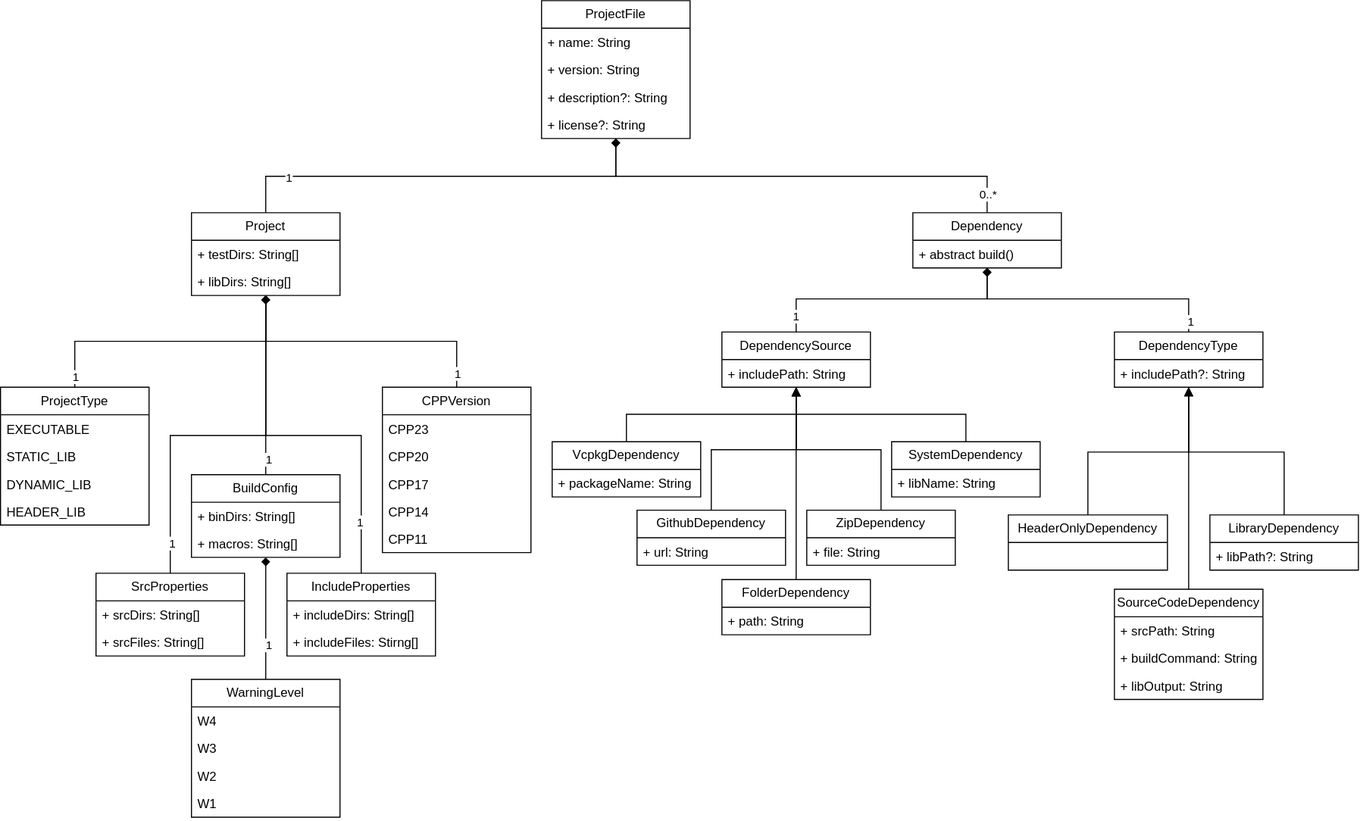
Above: uml/cpm/cpm.drawio.svg in adityarao2005/cpp-revival-project (draw.io), before the change. Source tidied: cells renumbered, new cells last; positions are measured from the earlier drawing's top-left corner, leaving out a move shared by most shapes.
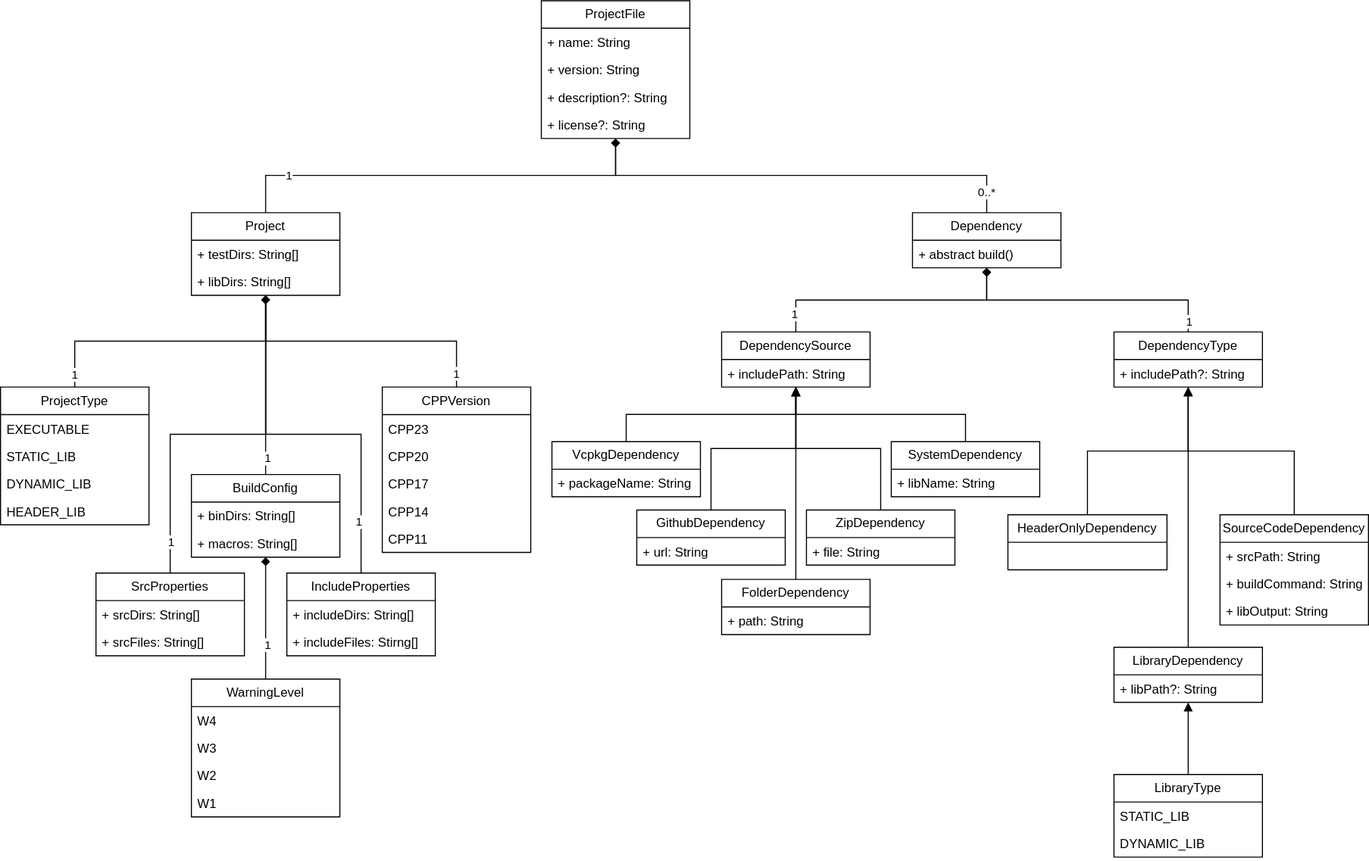
After the commit.

Commit message:
added a library check

Change to the diagram source:
```diff
@@ -236,7 +236,7 @@
       <mxGeometry relative="1" as="geometry" />
     </mxCell>
     <mxCell id="79" value="SourceCodeDependency" style="swimlane;fontStyle=0;horizontal=1;startSize=26;fillColor=none;whiteSpace=wrap;html=1;rounded=0;" parent="1" vertex="1">
-      <mxGeometry x="1050" y="555" width="140" height="104" as="geometry" />
+      <mxGeometry x="1150" y="485" width="140" height="104" as="geometry" />
     </mxCell>
     <mxCell id="80" value="+ srcPath: String" style="text;strokeColor=none;fillColor=none;align=left;verticalAlign=top;spacingLeft=4;spacingRight=4;overflow=hidden;whiteSpace=wrap;html=1;rounded=0;" parent="79" vertex="1">
       <mxGeometry y="26" width="140" height="26" as="geometry" />
@@ -251,10 +251,22 @@
       <mxGeometry relative="1" as="geometry" />
     </mxCell>
     <mxCell id="84" value="LibraryDependency" style="swimlane;fontStyle=0;horizontal=1;startSize=26;fillColor=none;whiteSpace=wrap;html=1;rounded=0;" parent="1" vertex="1">
-      <mxGeometry x="1140" y="485" width="140" height="52" as="geometry" />
+      <mxGeometry x="1050" y="610" width="140" height="52" as="geometry" />
     </mxCell>
     <mxCell id="85" value="+ libPath?: String" style="text;strokeColor=none;fillColor=none;align=left;verticalAlign=top;spacingLeft=4;spacingRight=4;overflow=hidden;whiteSpace=wrap;html=1;rounded=0;" parent="84" vertex="1">
       <mxGeometry y="26" width="140" height="26" as="geometry" />
     </mxCell>
+    <mxCell id="86" style="edgeStyle=none;html=1;exitX=0.5;exitY=0;exitDx=0;exitDy=0;endArrow=block;endFill=1;" parent="1" edge="1" source="87" target="84">
+      <mxGeometry relative="1" as="geometry" />
+    </mxCell>
+    <mxCell id="87" value="LibraryType" style="swimlane;fontStyle=0;horizontal=1;startSize=26;fillColor=none;whiteSpace=wrap;html=1;" parent="1" vertex="1">
+      <mxGeometry x="1050" y="730" width="140" height="78" as="geometry" />
+    </mxCell>
+    <mxCell id="88" value="STATIC_LIB" style="text;strokeColor=none;fillColor=none;align=left;verticalAlign=top;spacingLeft=4;spacingRight=4;overflow=hidden;whiteSpace=wrap;html=1;" parent="87" vertex="1">
+      <mxGeometry y="26" width="140" height="26" as="geometry" />
+    </mxCell>
+    <mxCell id="89" value="DYNAMIC_LIB" style="text;strokeColor=none;fillColor=none;align=left;verticalAlign=top;spacingLeft=4;spacingRight=4;overflow=hidden;whiteSpace=wrap;html=1;" parent="87" vertex="1">
+      <mxGeometry y="52" width="140" height="26" as="geometry" />
+    </mxCell>
   </root>
 </mxGraphModel>
```
